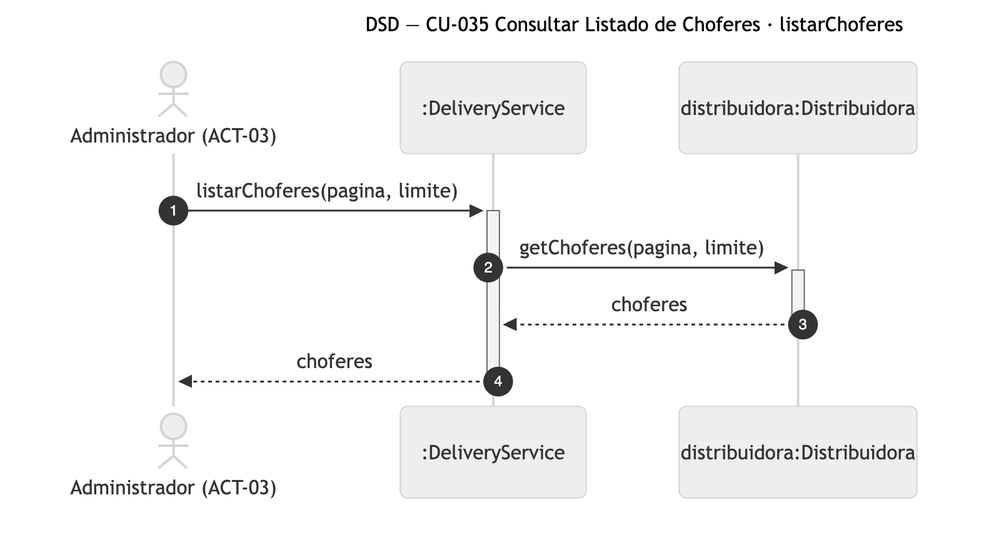
Before: diagramas/png/DSD_CU-035_listarChoferes.png, a diagram exported from Mermaid (Nahuelito-Dev/splg-docs). Its source is kept beside it as diagramas/DSD_CU-035_listarChoferes.mmd.
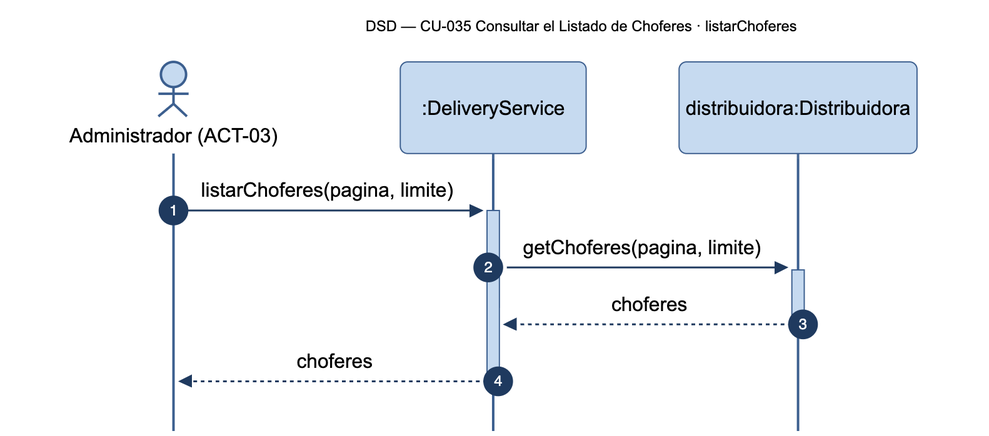
After the change.

The edit, as a diff of the source:
```diff
@@ -1,5 +1,5 @@
 sequenceDiagram
-    title DSD — CU-035 Consultar Listado de Choferes · listarChoferes
+    title DSD — CU-035 Consultar el Listado de Choferes · listarChoferes
     autonumber
     actor ADM as Administrador (ACT-03)
     participant SRV as :DeliveryService
```
